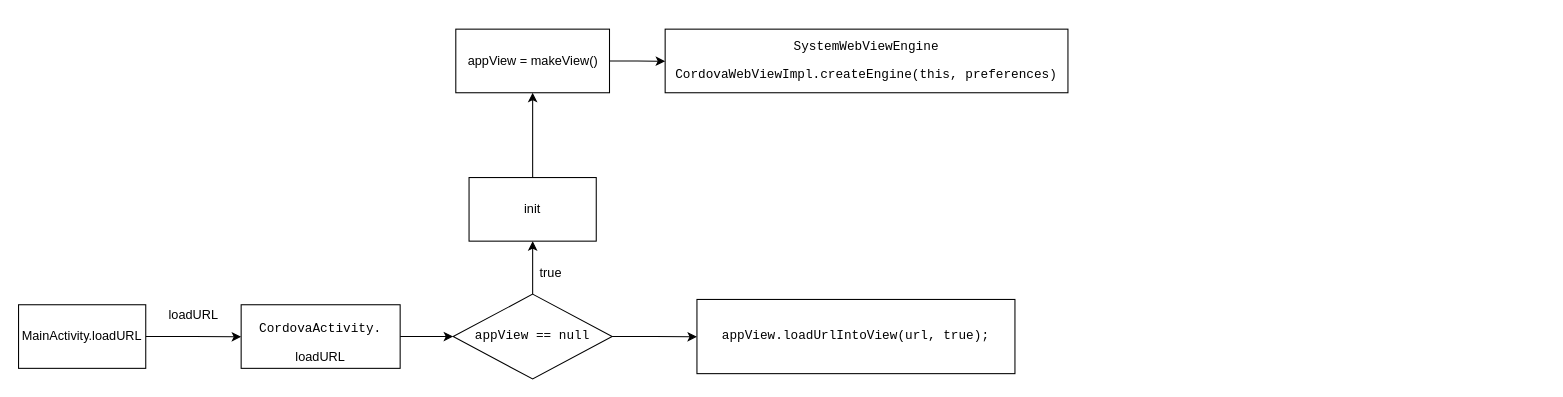
This is webview启动.drawio from leileizhou/pic, a draw.io file, before an edit. Source tidied: cells renumbered, new cells numbered last; positions are measured from the earlier drawing's top-left corner, leaving out a move shared by most shapes. Both pictures are drawn from the tidied source at 106%, with x=0, y=0 at pixel (18, 29).
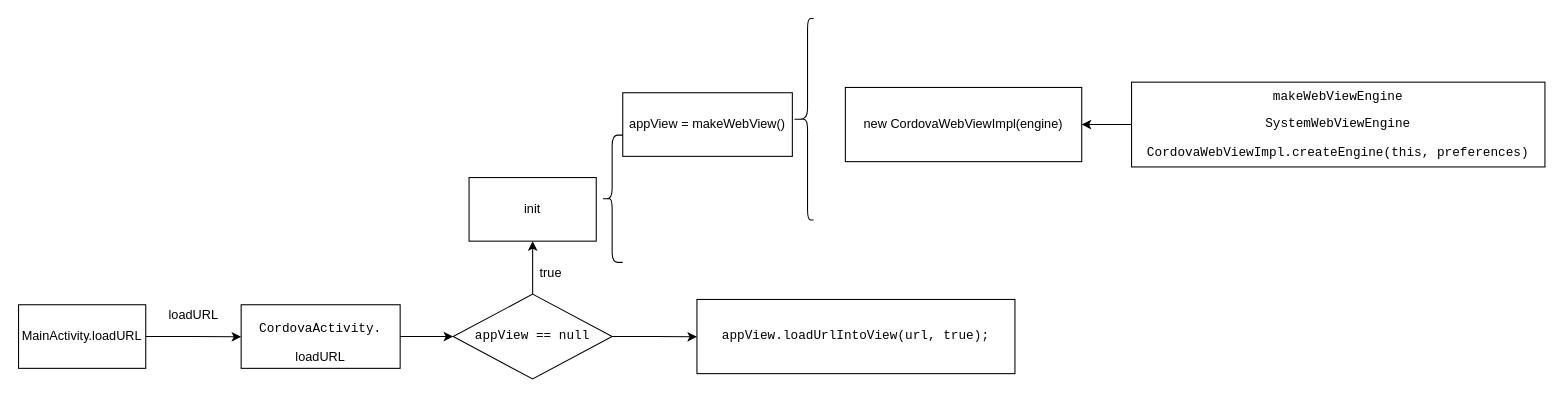
The same diagram, later.

The change refers to these unchanged cells:
```xml
<mxCell id="12" value="init" style="rounded=0;whiteSpace=wrap;html=1;" parent="1" vertex="1">
  <mxGeometry x="425" y="140" width="120" height="60" as="geometry" />
</mxCell>
```

Diff of the diagram source:
```diff
@@
-    <mxCell id="11" style="edgeStyle=orthogonalEdgeStyle;rounded=0;jettySize=auto;html=1;" parent="1" edge="1" source="12" target="14">
-      <mxGeometry relative="1" as="geometry" />
-    </mxCell>
@@
-    <mxCell id="13" style="edgeStyle=orthogonalEdgeStyle;rounded=0;jettySize=auto;html=1;exitX=1;exitY=0.5;exitDx=0;exitDy=0;" parent="1" edge="1" source="14">
-      <mxGeometry relative="1" as="geometry">
-        <mxPoint x="610" y="30.3" as="targetPoint" />
-      </mxGeometry>
-    </mxCell>
-    <mxCell id="14" value="appView = makeView()" style="rounded=0;whiteSpace=wrap;html=1;" parent="1" vertex="1">
-      <mxGeometry x="412.5" width="145" height="60" as="geometry" />
+    <mxCell id="14" value="appView =&amp;nbsp;&lt;span&gt;makeWebView&lt;/span&gt;&lt;span&gt;()&lt;/span&gt;&lt;br&gt;" style="rounded=0;whiteSpace=wrap;html=1;" parent="1" vertex="1">
+      <mxGeometry x="570" y="60" width="160" height="60" as="geometry" />
     </mxCell>
@@
+    <mxCell id="17" style="edgeStyle=orthogonalEdgeStyle;rounded=0;jettySize=auto;html=1;" parent="1" edge="1" source="16" target="20">
+      <mxGeometry relative="1" as="geometry" />
+    </mxCell>
-    <mxCell id="16" value="&lt;pre&gt;&lt;span&gt;SystemWebViewEngine&lt;/span&gt;&lt;/pre&gt;&lt;pre&gt;CordovaWebViewImpl.&lt;span&gt;createEngine&lt;/span&gt;(&lt;span&gt;this&lt;/span&gt;, &lt;span&gt;preferences&lt;/span&gt;)&lt;/pre&gt;" style="rounded=0;whiteSpace=wrap;html=1;" parent="1" vertex="1">
-      <mxGeometry x="610" width="380" height="60" as="geometry" />
+    <mxCell id="16" value="&lt;pre&gt;makeWebViewEngine&lt;/pre&gt;&lt;pre&gt;&lt;span&gt;SystemWebViewEngine&lt;/span&gt;&lt;/pre&gt;&lt;pre&gt;CordovaWebViewImpl.&lt;span&gt;createEngine&lt;/span&gt;(&lt;span&gt;this&lt;/span&gt;, &lt;span&gt;preferences&lt;/span&gt;)&lt;/pre&gt;" style="rounded=0;whiteSpace=wrap;html=1;" parent="1" vertex="1">
+      <mxGeometry x="1050" y="50" width="390" height="80" as="geometry" />
     </mxCell>
+    <mxCell id="18" style="shape=curlyBracket;whiteSpace=wrap;html=1;rounded=1;size=0.7166666666666686;" parent="1" vertex="1">
+      <mxGeometry x="730" y="-10" width="20" height="190" as="geometry" />
+    </mxCell>
+    <mxCell id="19" style="shape=curlyBracket;whiteSpace=wrap;html=1;rounded=1;" parent="1" vertex="1">
+      <mxGeometry x="550" y="100" width="20" height="120" as="geometry" />
+    </mxCell>
+    <mxCell id="20" value="new&amp;nbsp;&lt;span&gt;CordovaWebViewImpl(engine)&lt;/span&gt;" style="rounded=0;whiteSpace=wrap;html=1;" parent="1" vertex="1">
+      <mxGeometry x="780" y="55" width="223" height="70" as="geometry" />
+    </mxCell>
```
